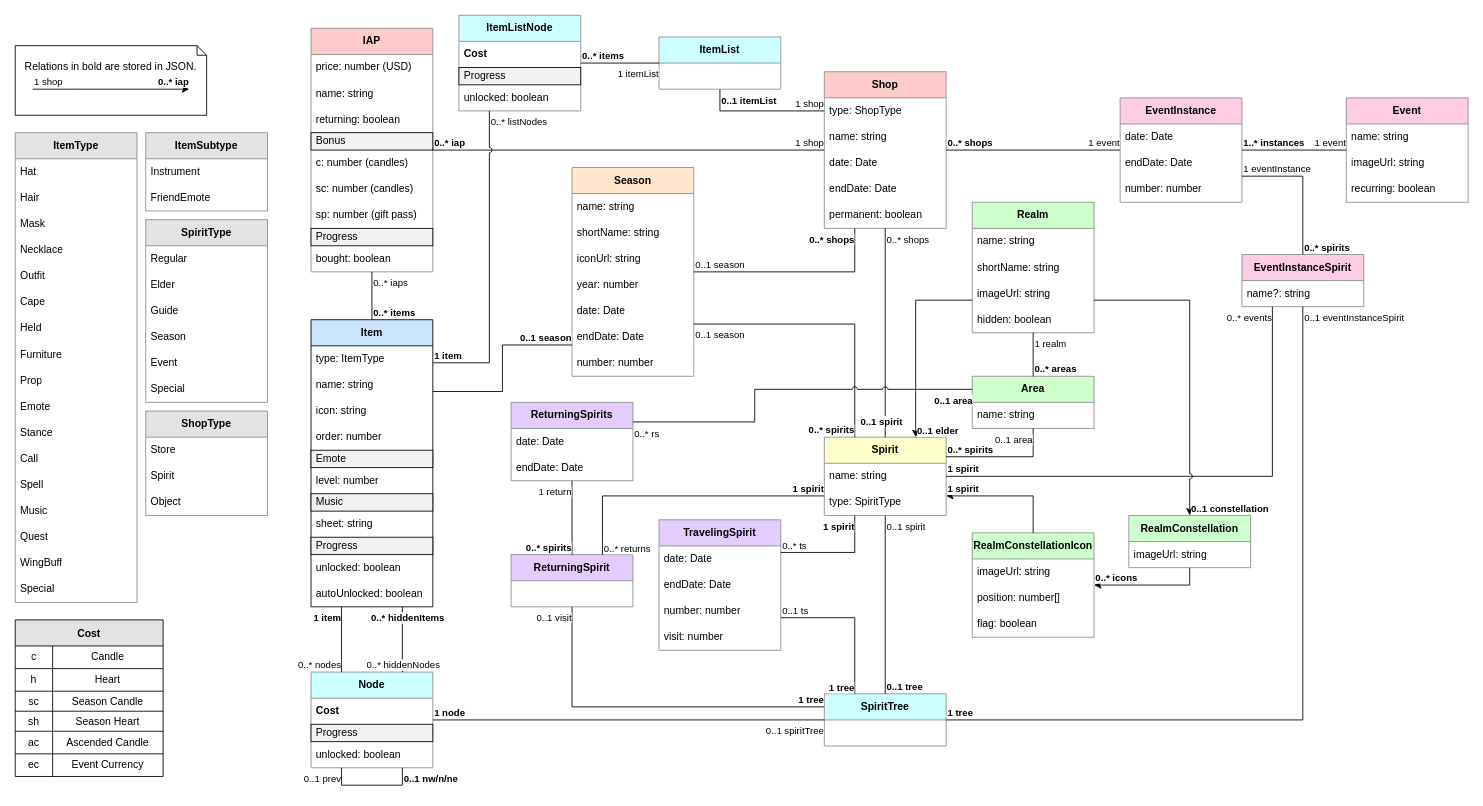
The draw.io diagram diagrams/SkyPlannerData.drawio in Silverfeelin/SkyGame-Planner, before the edit. Source tidied: cells renumbered, new cells numbered last; positions are measured from the earlier drawing's top-left corner, leaving out a move shared by most shapes. Both pictures are drawn from the tidied source at 87%, with x=0, y=0 at pixel (15, 15).
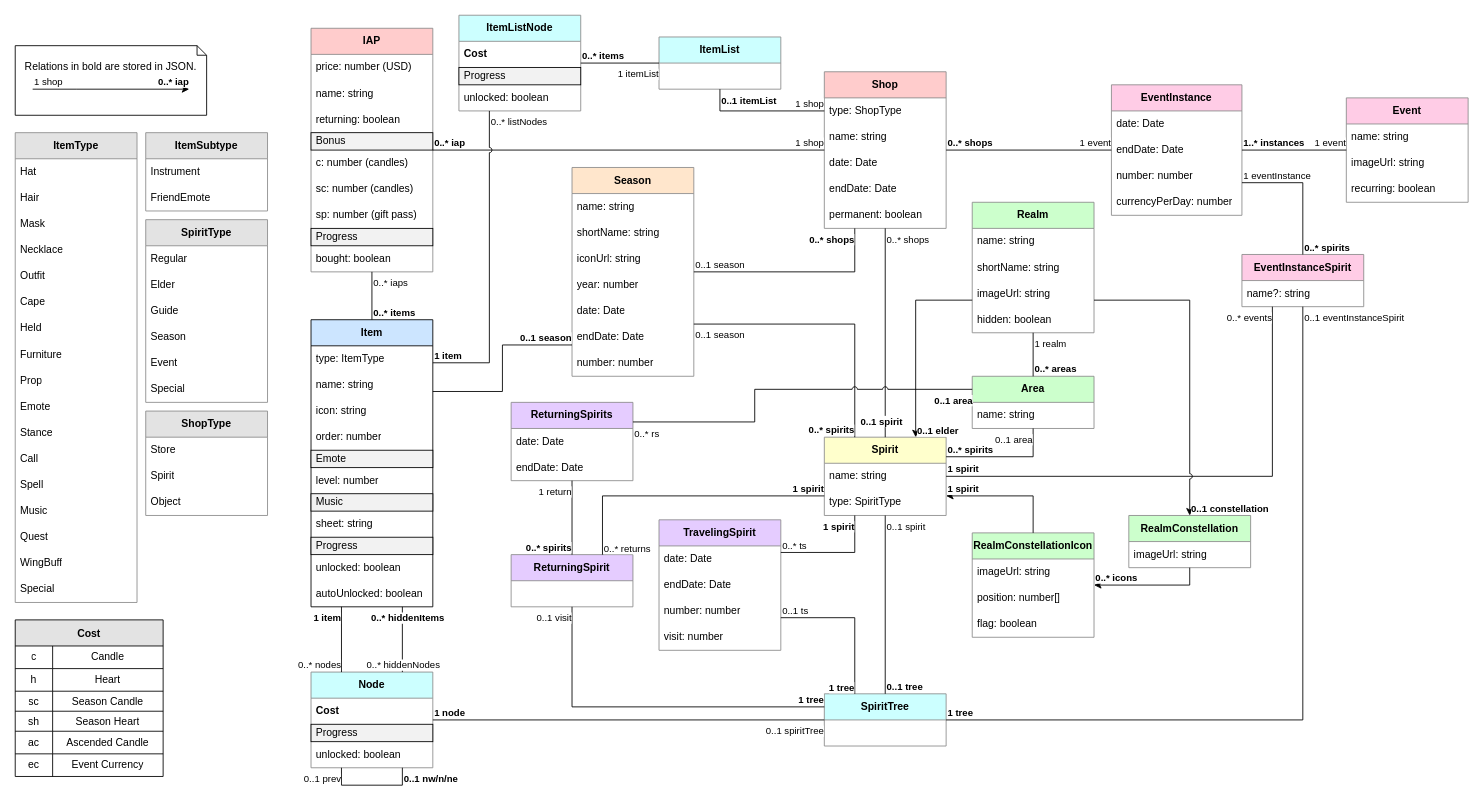
The same diagram, later.

Change to the diagram source:
```diff
@@
     <mxCell id="94" value="EventInstance" style="swimlane;fontStyle=1;horizontal=1;startSize=30;whiteSpace=wrap;html=1;fillStyle=auto;strokeColor=#8C8C8C;fillColor=#FFCCE6;" parent="1" vertex="1">
-      <mxGeometry x="1270" y="95" width="140" height="120" as="geometry" />
+      <mxGeometry x="1260" y="80" width="150" height="150" as="geometry" />
     </mxCell>
     <mxCell id="95" value="date: Date" style="text;strokeColor=none;fillColor=none;align=left;verticalAlign=middle;spacingLeft=4;spacingRight=4;overflow=hidden;whiteSpace=wrap;html=1;fillStyle=auto;" parent="94" vertex="1">
-      <mxGeometry y="30" width="140" height="30" as="geometry" />
+      <mxGeometry y="30" width="150" height="30" as="geometry" />
     </mxCell>
     <mxCell id="96" value="endDate: Date" style="text;strokeColor=none;fillColor=none;align=left;verticalAlign=middle;spacingLeft=4;spacingRight=4;overflow=hidden;whiteSpace=wrap;html=1;fillStyle=auto;" parent="94" vertex="1">
-      <mxGeometry y="60" width="140" height="30" as="geometry" />
+      <mxGeometry y="60" width="150" height="30" as="geometry" />
     </mxCell>
     <mxCell id="97" value="number: number" style="text;strokeColor=none;fillColor=none;align=left;verticalAlign=middle;spacingLeft=4;spacingRight=4;overflow=hidden;whiteSpace=wrap;html=1;fillStyle=auto;" parent="94" vertex="1">
-      <mxGeometry y="90" width="140" height="30" as="geometry" />
+      <mxGeometry y="90" width="150" height="30" as="geometry" />
     </mxCell>
+    <mxCell id="264" value="currencyPerDay: number" style="text;strokeColor=none;fillColor=none;align=left;verticalAlign=middle;spacingLeft=4;spacingRight=4;overflow=hidden;whiteSpace=wrap;html=1;fillStyle=auto;" parent="94" vertex="1">
+      <mxGeometry y="120" width="150" height="30" as="geometry" />
+    </mxCell>
```
